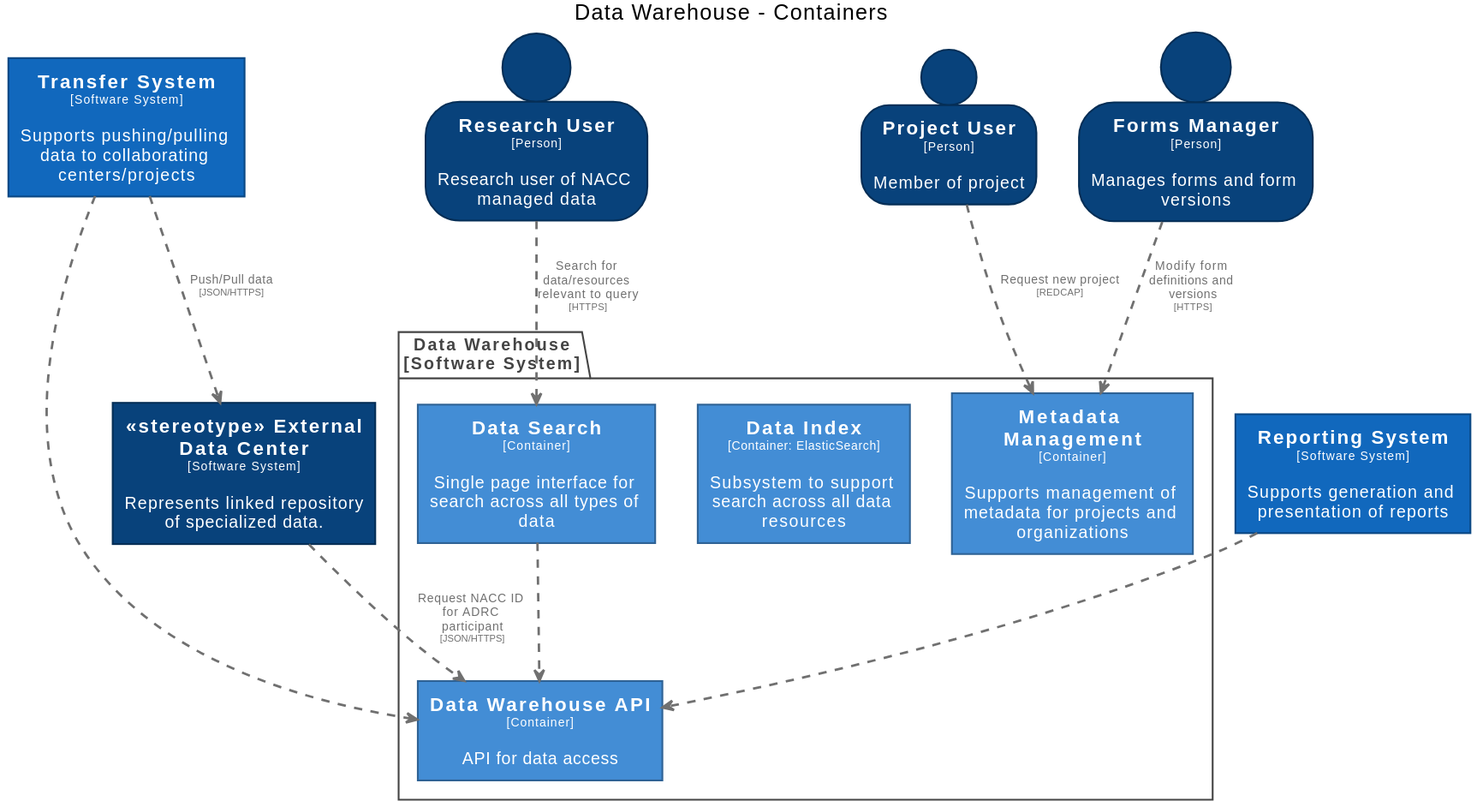
Earlier version of the PlantUML export docs/images/structurizr-WarehouseContainers.svg (naccdata/system-design).
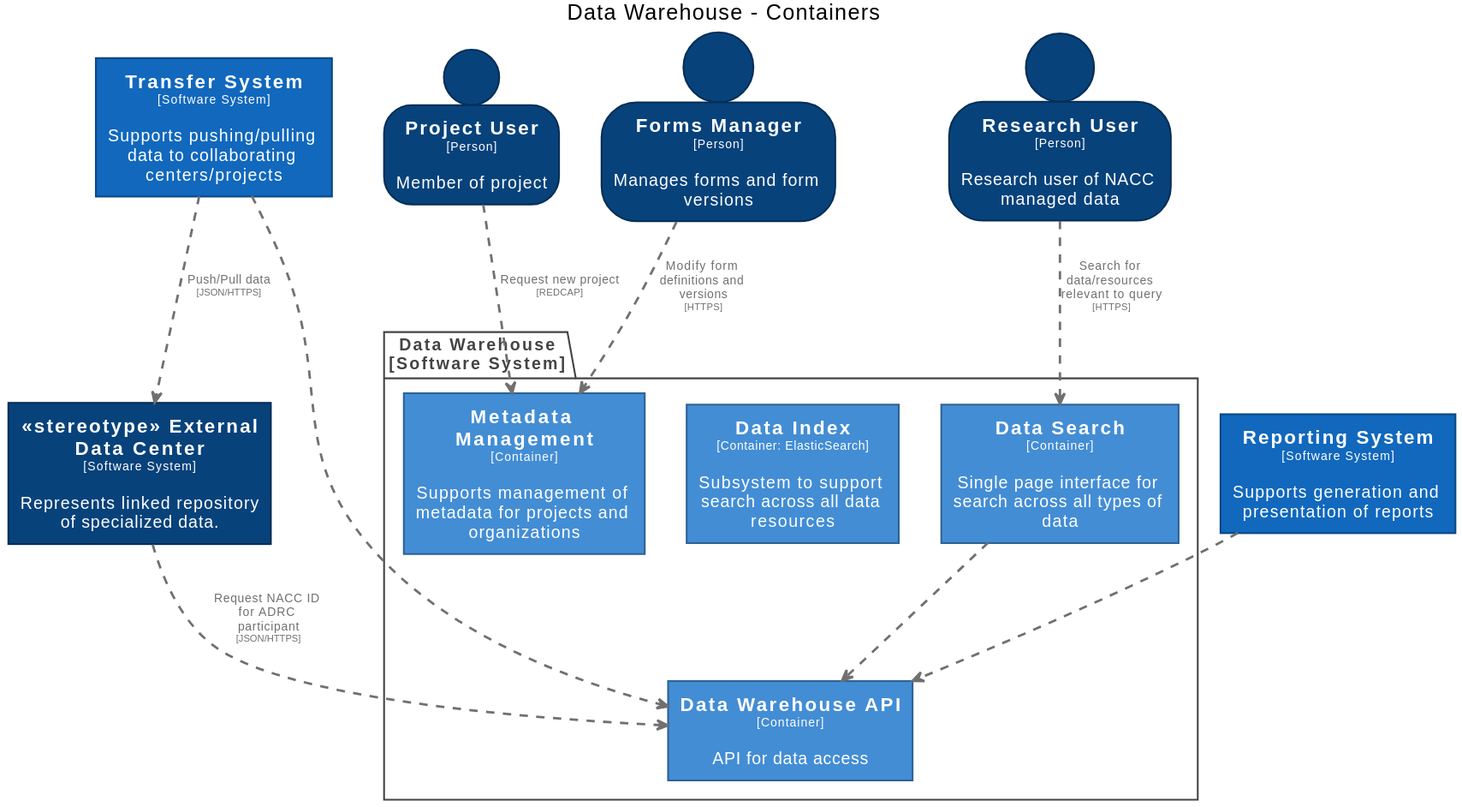
Above is the later version.

The edit, as a diff of the source:
```diff
@@ -64,12 +64,12 @@
   BorderColor #0b4884
 }
 
+person "==Research User\n<size:10>[Person]</size>\n\nResearch user of NACC managed data" <<ResearchUser>> as ResearchUser
+rectangle "==Transfer System\n<size:10>[Software System]</size>\n\nSupports pushing/pulling data to collaborating centers/projects" <<TransferSystem>> as TransferSystem
+rectangle "==<<stereotype>> External Data Center\n<size:10>[Software System]</size>\n\nRepresents linked repository of specialized data." <<stereotypeExternalDataCenter>> as stereotypeExternalDataCenter
+rectangle "==Reporting System\n<size:10>[Software System]</size>\n\nSupports generation and presentation of reports" <<ReportingSystem>> as ReportingSystem
+person "==Forms Manager\n<size:10>[Person]</size>\n\nManages forms and form versions" <<FormsManager>> as FormsManager
 person "==Project User\n<size:10>[Person]</size>\n\nMember of project" <<ProjectUser>> as ProjectUser
-person "==Forms Manager\n<size:10>[Person]</size>\n\nManages forms and form versions" <<FormsManager>> as FormsManager
-person "==Research User\n<size:10>[Person]</size>\n\nResearch user of NACC managed data" <<ResearchUser>> as ResearchUser
-rectangle "==<<stereotype>> External Data Center\n<size:10>[Software System]</size>\n\nRepresents linked repository of specialized data." <<stereotypeExternalDataCenter>> as stereotypeExternalDataCenter
-rectangle "==Transfer System\n<size:10>[Software System]</size>\n\nSupports pushing/pulling data to collaborating centers/projects" <<TransferSystem>> as TransferSystem
-rectangle "==Reporting System\n<size:10>[Software System]</size>\n\nSupports generation and presentation of reports" <<ReportingSystem>> as ReportingSystem
 
 package "Data Warehouse\n[Software System]" <<DataWarehouse>> {
   skinparam PackageBorderColor<<DataWarehouse>> #444444
```
